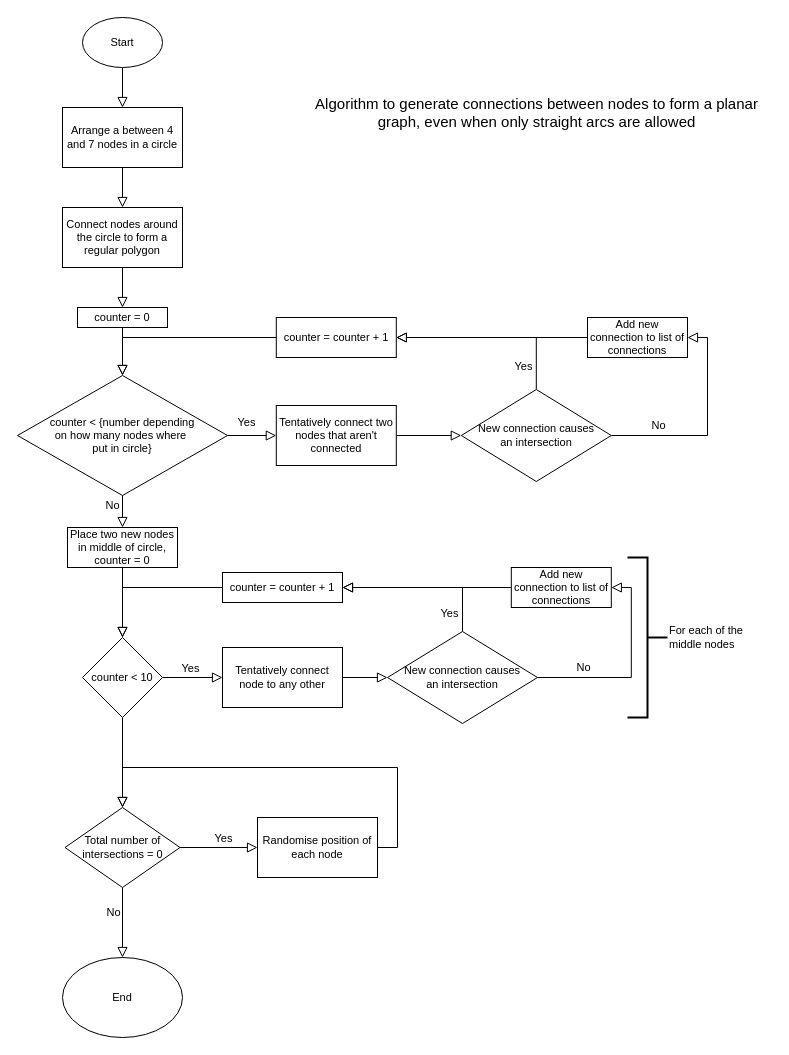
Jalco28/A-Level-Project keeps this draw.io diagram as flowcharts/setup_nodes.drawio. Above is the earlier version. Source tidied: cells renumbered, new cells numbered last; positions are measured from the earlier drawing's top-left corner, leaving out a move shared by most shapes. Both pictures are drawn from the tidied source at 100%, with x=0, y=0 at pixel (17, 17).
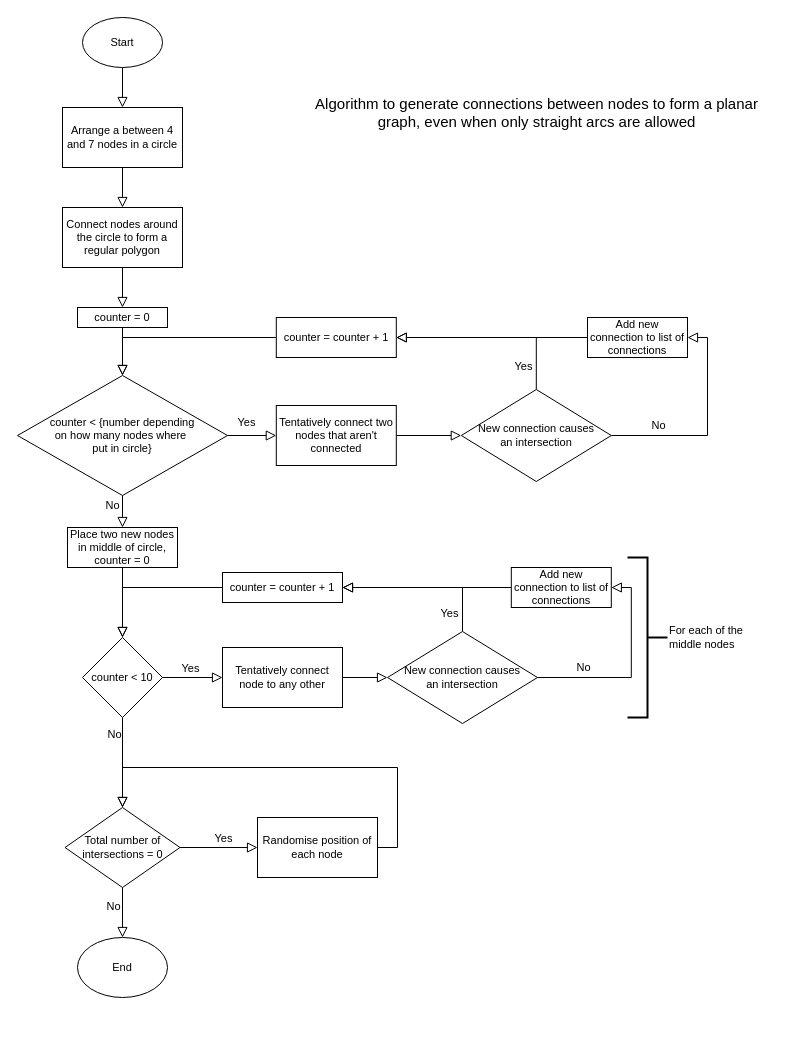
Above is the later version.

The change refers to these unchanged cells:
```xml
<mxCell id="30" style="edgeStyle=orthogonalEdgeStyle;shape=connector;rounded=0;jettySize=auto;html=1;shadow=0;labelBackgroundColor=none;strokeColor=default;strokeWidth=1;align=center;verticalAlign=middle;fontFamily=Helvetica;fontSize=11;fontColor=default;endArrow=block;endFill=0;endSize=8;" parent="1" edge="1" source="31" target="48">
  <mxGeometry relative="1" as="geometry" />
</mxCell>
```

The edit, as a diff of the source:
```diff
@@
+    <mxCell id="53" value="No" style="edgeLabel;html=1;align=center;verticalAlign=middle;" parent="30" vertex="1">
+      <mxGeometry x="-0.53" y="-3" relative="1" as="geometry">
+        <mxPoint x="-6" y="-5" as="offset" />
+      </mxGeometry>
+    </mxCell>
@@
     <mxCell id="51" value="End" style="ellipse;whiteSpace=wrap;html=1;fontFamily=Helvetica;fontSize=11;fontColor=default;" parent="1" vertex="1">
-      <mxGeometry x="45" y="940" width="120" height="80" as="geometry" />
+      <mxGeometry x="60" y="920" width="90" height="60" as="geometry" />
     </mxCell>
```
